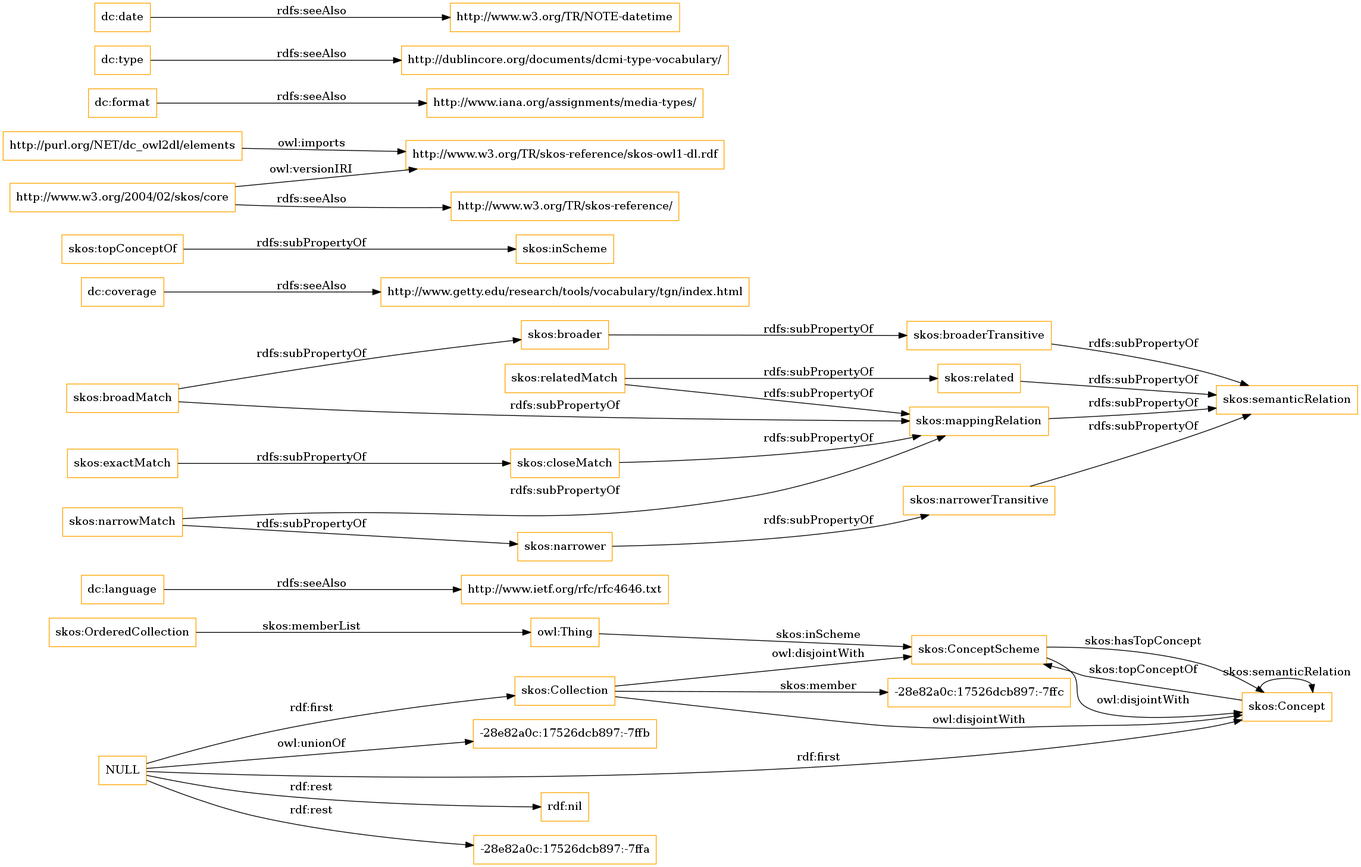
Earlier version of the Graphviz export OnToology/imports/elements.owl/diagrams/ar2dtool-class/elements.owl.png (OnToologyUser/core-ontology-1). Its source is kept beside it as OnToology/imports/elements.owl/diagrams/ar2dtool-class/elements.owl.png.dot.
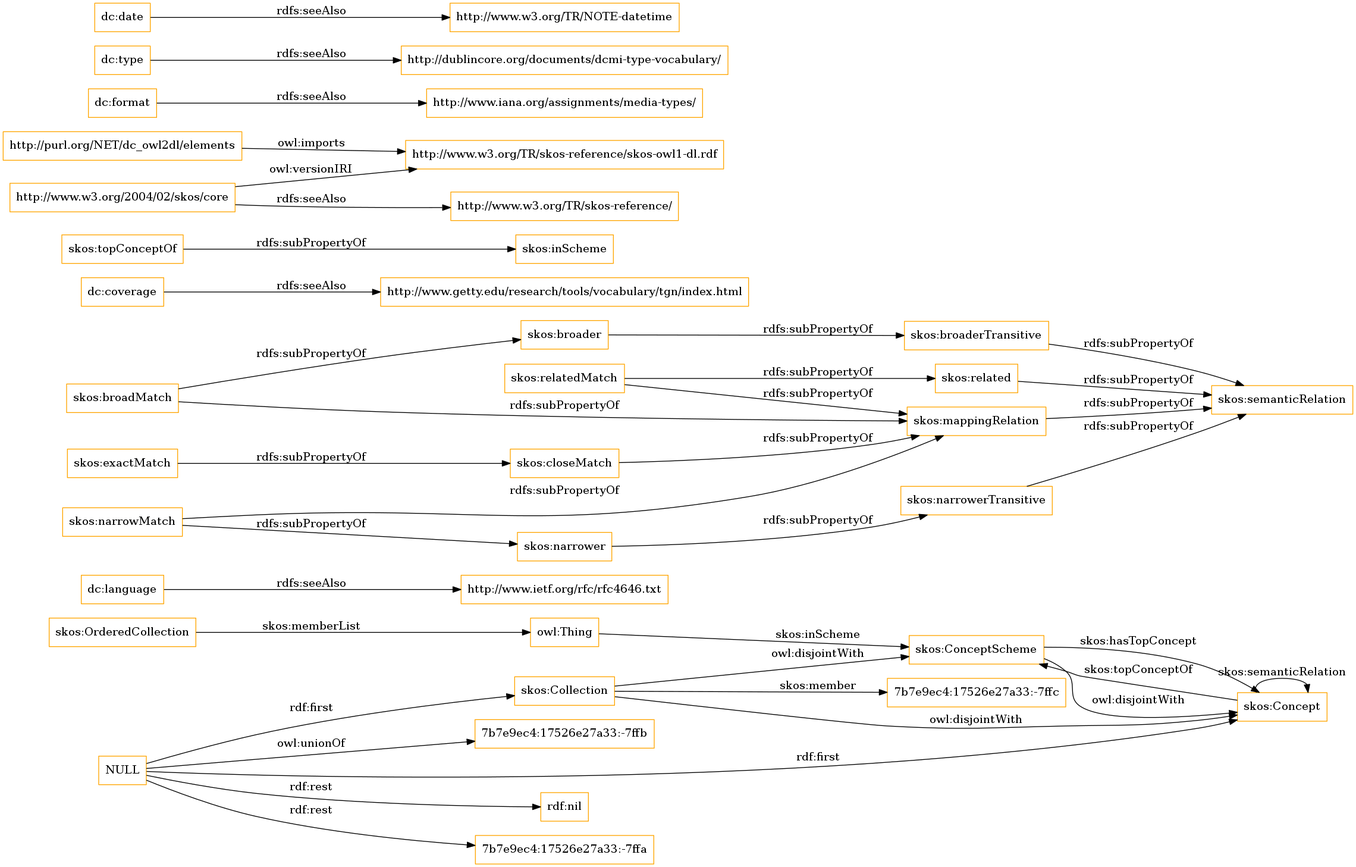
The same file after the commit.

Diff of the diagram source:
```diff
@@ -1,13 +1,13 @@
 digraph ar2dtool_diagram {
 rankdir=LR;
 size="1501"
-node [shape = rectangle, color="orange"]; "-28e82a0c:17526dcb897:-7ffc" "skos:OrderedCollection" "skos:Collection" "skos:ConceptScheme" "skos:Concept" ; /*classes style*/
+node [shape = rectangle, color="orange"]; "7b7e9ec4:17526e27a33:-7ffc" "skos:OrderedCollection" "skos:Collection" "skos:ConceptScheme" "skos:Concept" ; /*classes style*/
 	"dc:language" -> "http://www.ietf.org/rfc/rfc4646.txt" [ label = "rdfs:seeAlso" ];
 	"NULL" -> "rdf:nil" [ label = "rdf:rest" ];
 	"NULL" -> "skos:Collection" [ label = "rdf:first" ];
-	"NULL" -> "-28e82a0c:17526dcb897:-7ffa" [ label = "rdf:rest" ];
+	"NULL" -> "7b7e9ec4:17526e27a33:-7ffa" [ label = "rdf:rest" ];
 	"NULL" -> "skos:Concept" [ label = "rdf:first" ];
-	"NULL" -> "-28e82a0c:17526dcb897:-7ffb" [ label = "owl:unionOf" ];
+	"NULL" -> "7b7e9ec4:17526e27a33:-7ffb" [ label = "owl:unionOf" ];
 	"skos:closeMatch" -> "skos:mappingRelation" [ label = "rdfs:subPropertyOf" ];
 	"dc:coverage" -> "http://www.getty.edu/research/tools/vocabulary/tgn/index.html" [ label = "rdfs:seeAlso" ];
 	"skos:relatedMatch" -> "skos:related" [ label = "rdfs:subPropertyOf" ];
@@ -36,7 +36,7 @@
 	"skos:OrderedCollection" -> "owl:Thing" [ label = "skos:memberList" ];
 	"skos:Concept" -> "skos:ConceptScheme" [ label = "skos:topConceptOf" ];
 	"skos:Concept" -> "skos:Concept" [ label = "skos:semanticRelation" ];
-	"skos:Collection" -> "-28e82a0c:17526dcb897:-7ffc" [ label = "skos:member" ];
+	"skos:Collection" -> "7b7e9ec4:17526e27a33:-7ffc" [ label = "skos:member" ];
 	"skos:ConceptScheme" -> "skos:Concept" [ label = "skos:hasTopConcept" ];
 	"owl:Thing" -> "skos:ConceptScheme" [ label = "skos:inScheme" ];
 
```
